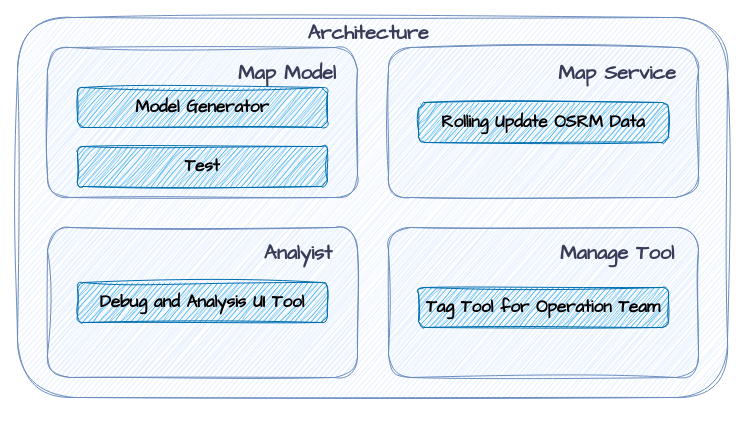
Earlier version of the draw.io diagram page "第 5 页" (5 of 5) of MapTracer-Diagram.drawio (fenwuyaoji/learngit). Source tidied: cells renumbered, new cells numbered last; positions are measured from the earlier drawing's top-left corner, leaving out a move shared by most shapes. Both pictures are drawn from the tidied source at 100%, with x=0, y=0 at pixel (17, 17).
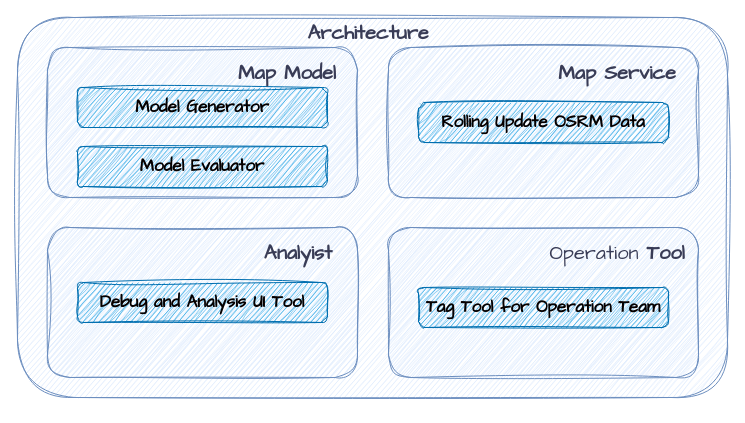
The same page after the edit.

The edit, as a diff of the source:
```diff
@@
 <mxGraphModel>
   <root>
     <mxCell id="0" />
     <mxCell id="1" parent="0" />
     <mxCell id="2" style="rounded=1;whiteSpace=wrap;html=1;sketch=1;curveFitting=1;jiggle=2;labelBackgroundColor=none;fillColor=#dae8fc;strokeColor=#6c8ebf;" parent="1" vertex="1">
       <mxGeometry width="710" height="380" as="geometry" />
     </mxCell>
     <mxCell id="3" style="rounded=1;whiteSpace=wrap;html=1;sketch=1;curveFitting=1;jiggle=2;labelBackgroundColor=none;fillColor=#dae8fc;strokeColor=#6c8ebf;" parent="1" vertex="1">
       <mxGeometry x="30" y="30" width="310" height="150" as="geometry" />
     </mxCell>
     <mxCell id="4" value="&lt;font color=&quot;#050000&quot;&gt;Model Generator&lt;/font&gt;" style="rounded=1;whiteSpace=wrap;html=1;sketch=1;hachureGap=4;jiggle=2;curveFitting=1;strokeColor=#006EAF;fontFamily=Architects Daughter;fontSize=17;fontColor=#ffffff;fillColor=#1ba1e2;fontStyle=1;" parent="1" vertex="1">
       <mxGeometry x="60" y="70" width="250" height="40" as="geometry" />
     </mxCell>
-    <mxCell id="5" value="&lt;font color=&quot;#050000&quot;&gt;Test&lt;/font&gt;" style="rounded=1;whiteSpace=wrap;html=1;sketch=1;hachureGap=4;jiggle=2;curveFitting=1;strokeColor=#006EAF;fontFamily=Architects Daughter;fontSize=17;fontColor=#ffffff;fillColor=#1ba1e2;fontStyle=1;" parent="1" vertex="1">
+    <mxCell id="5" value="&lt;font color=&quot;#050000&quot;&gt;Model Evaluator&lt;/font&gt;" style="rounded=1;whiteSpace=wrap;html=1;sketch=1;hachureGap=4;jiggle=2;curveFitting=1;strokeColor=#006EAF;fontFamily=Architects Daughter;fontSize=17;fontColor=#ffffff;fillColor=#1ba1e2;fontStyle=1;" parent="1" vertex="1">
       <mxGeometry x="60" y="129" width="250" height="40" as="geometry" />
     </mxCell>
     <mxCell id="6" value="&lt;b&gt;Map Model&lt;/b&gt;" style="text;html=1;strokeColor=none;fillColor=none;align=center;verticalAlign=middle;whiteSpace=wrap;rounded=0;fontSize=20;fontFamily=Architects Daughter;fontColor=#393C56;" parent="1" vertex="1">
       <mxGeometry x="180" y="40" width="180" height="30" as="geometry" />
     </mxCell>
     <mxCell id="7" style="rounded=1;whiteSpace=wrap;html=1;sketch=1;curveFitting=1;jiggle=2;labelBackgroundColor=none;fillColor=#dae8fc;strokeColor=#6c8ebf;fontFamily=Architects Daughter;" parent="1" vertex="1">
       <mxGeometry x="371" y="30" width="310" height="150" as="geometry" />
     </mxCell>
     <mxCell id="8" style="rounded=1;whiteSpace=wrap;html=1;sketch=1;curveFitting=1;jiggle=2;labelBackgroundColor=none;fillColor=#dae8fc;strokeColor=#6c8ebf;fontFamily=Architects Daughter;" parent="1" vertex="1">
       <mxGeometry x="30" y="210" width="310" height="150" as="geometry" />
     </mxCell>
     <mxCell id="9" value="&lt;b&gt;Analyist&lt;/b&gt;" style="text;html=1;strokeColor=none;fillColor=none;align=center;verticalAlign=middle;whiteSpace=wrap;rounded=0;fontSize=20;fontFamily=Architects Daughter;fontColor=#393C56;" parent="1" vertex="1">
       <mxGeometry x="191" y="220" width="180" height="30" as="geometry" />
     </mxCell>
     <mxCell id="10" style="rounded=1;whiteSpace=wrap;html=1;sketch=1;curveFitting=1;jiggle=2;labelBackgroundColor=none;fillColor=#dae8fc;strokeColor=#6c8ebf;fontFamily=Architects Daughter;" parent="1" vertex="1">
       <mxGeometry x="371" y="210" width="310" height="150" as="geometry" />
     </mxCell>
-    <mxCell id="11" value="&lt;b&gt;Manage Tool&lt;/b&gt;" style="text;html=1;strokeColor=none;fillColor=none;align=center;verticalAlign=middle;whiteSpace=wrap;rounded=0;fontSize=20;fontFamily=Architects Daughter;fontColor=#393C56;" parent="1" vertex="1">
+    <mxCell id="11" value="Operation&lt;b&gt;&amp;nbsp;Tool&lt;/b&gt;" style="text;html=1;strokeColor=none;fillColor=none;align=center;verticalAlign=middle;whiteSpace=wrap;rounded=0;fontSize=20;fontFamily=Architects Daughter;fontColor=#393C56;" parent="1" vertex="1">
       <mxGeometry x="510" y="220" width="180" height="30" as="geometry" />
     </mxCell>
     <mxCell id="12" value="&lt;b&gt;Map Service&lt;/b&gt;" style="text;html=1;strokeColor=none;fillColor=none;align=center;verticalAlign=middle;whiteSpace=wrap;rounded=0;fontSize=20;fontFamily=Architects Daughter;fontColor=#393C56;" parent="1" vertex="1">
       <mxGeometry x="510" y="40" width="180" height="30" as="geometry" />
     </mxCell>
     <mxCell id="13" style="edgeStyle=orthogonalEdgeStyle;rounded=0;orthogonalLoop=1;jettySize=auto;html=1;exitX=0.5;exitY=1;exitDx=0;exitDy=0;" parent="1" edge="1" source="2" target="2">
       <mxGeometry relative="1" as="geometry" />
     </mxCell>
     <mxCell id="14" value="&lt;font color=&quot;#050000&quot;&gt;Rolling Update OSRM Data&lt;/font&gt;" style="rounded=1;whiteSpace=wrap;html=1;sketch=1;hachureGap=4;jiggle=2;curveFitting=1;strokeColor=#006EAF;fontFamily=Architects Daughter;fontSize=17;fontColor=#ffffff;fillColor=#1ba1e2;fontStyle=1;" parent="1" vertex="1">
       <mxGeometry x="401" y="85" width="250" height="40" as="geometry" />
     </mxCell>
     <mxCell id="15" value="&lt;font color=&quot;#050000&quot;&gt;Debug and Analysis UI Tool&lt;/font&gt;" style="rounded=1;whiteSpace=wrap;html=1;sketch=1;hachureGap=4;jiggle=2;curveFitting=1;strokeColor=#006EAF;fontFamily=Architects Daughter;fontSize=17;fontColor=#ffffff;fillColor=#1ba1e2;fontStyle=1;" parent="1" vertex="1">
       <mxGeometry x="60" y="265" width="250" height="40" as="geometry" />
     </mxCell>
     <mxCell id="16" value="&lt;font color=&quot;#050000&quot;&gt;Tag Tool for Operation Team&lt;/font&gt;" style="rounded=1;whiteSpace=wrap;html=1;sketch=1;hachureGap=4;jiggle=2;curveFitting=1;strokeColor=#006EAF;fontFamily=Architects Daughter;fontSize=17;fontColor=#ffffff;fillColor=#1ba1e2;fontStyle=1;" parent="1" vertex="1">
       <mxGeometry x="401" y="270" width="250" height="40" as="geometry" />
     </mxCell>
     <mxCell id="17" value="&lt;b&gt;Architecture&amp;nbsp;&lt;/b&gt;" style="text;html=1;strokeColor=none;fillColor=none;align=center;verticalAlign=middle;whiteSpace=wrap;rounded=0;fontSize=20;fontFamily=Architects Daughter;fontColor=#393C56;" parent="1" vertex="1">
       <mxGeometry x="265" width="180" height="30" as="geometry" />
     </mxCell>
   </root>
 </mxGraphModel>
```
